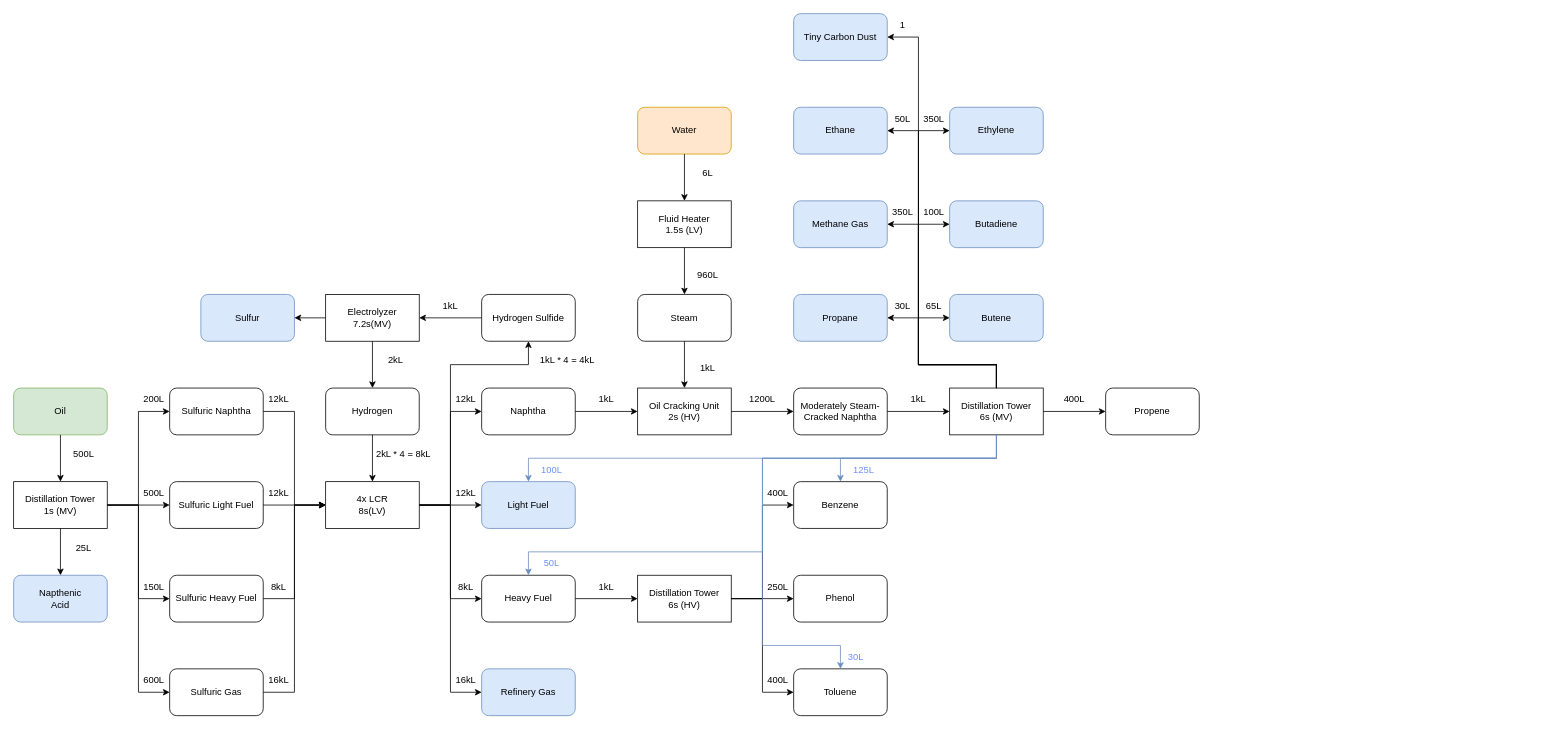
loldapeep/gtnhcharts keeps this draw.io diagram as epoxid.drawio. Above is the earlier version. Source tidied: cells renumbered, new cells numbered last; positions are measured from the earlier drawing's top-left corner, leaving out a move shared by most shapes. Both pictures are drawn from the tidied source at 78%, with x=0, y=0 at pixel (13, 13).
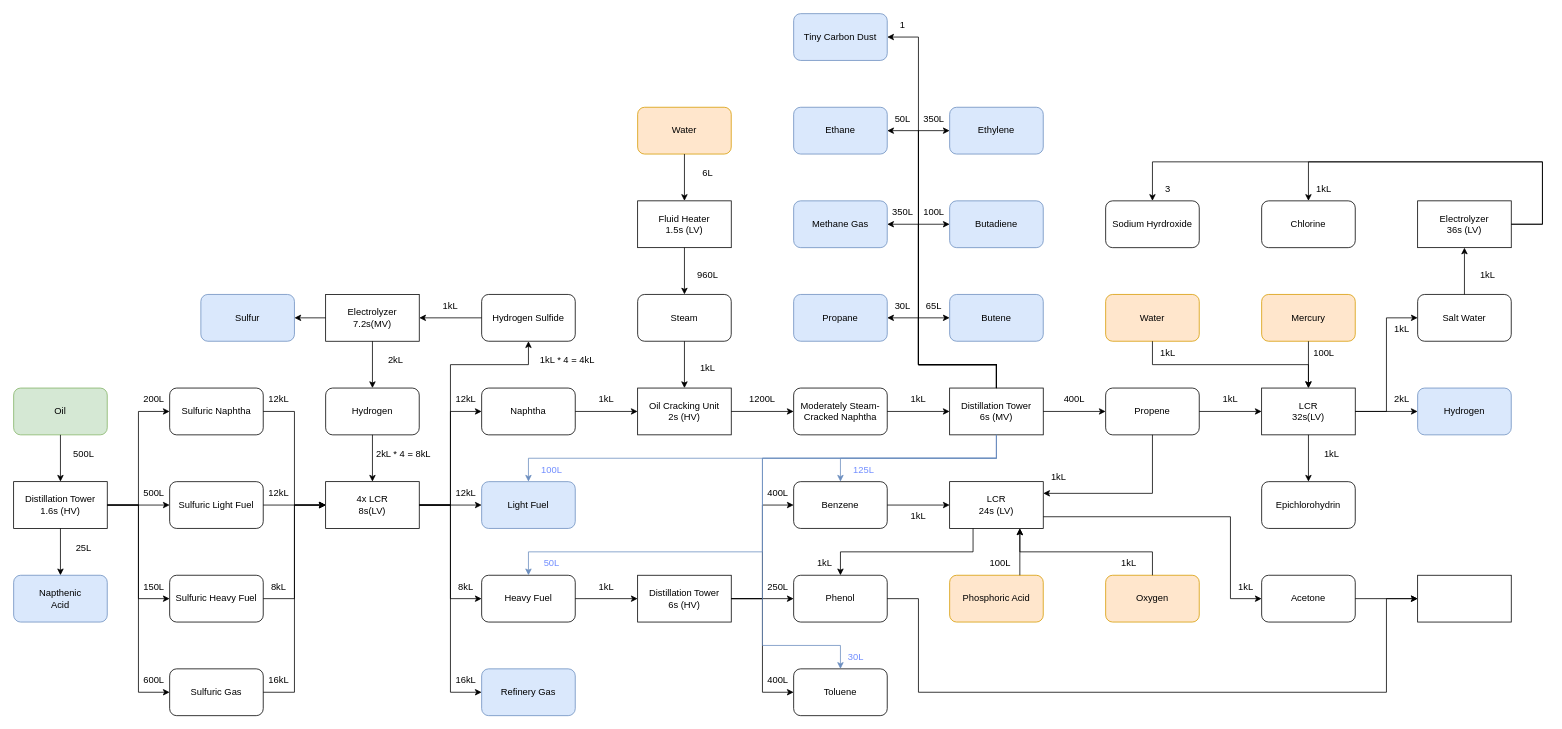
The same page after the edit.

The change refers to these unchanged cells:
```xml
<mxCell id="78" value="Benzene" style="rounded=1;whiteSpace=wrap;html=1;" parent="1" vertex="1">
  <mxGeometry x="1000" y="600" width="120" height="60" as="geometry" />
</mxCell>
<mxCell id="80" value="Phenol" style="rounded=1;whiteSpace=wrap;html=1;" parent="1" vertex="1">
  <mxGeometry x="1000" y="720" width="120" height="60" as="geometry" />
</mxCell>
<mxCell id="91" value="Propene" style="rounded=1;whiteSpace=wrap;html=1;" parent="1" vertex="1">
  <mxGeometry x="1400" y="480" width="120" height="60" as="geometry" />
</mxCell>
```

What changed in the source:
```diff
@@
-    <mxCell id="5" value="Distillation Tower&lt;br&gt;1s (MV)" style="rounded=0;whiteSpace=wrap;html=1;" parent="1" vertex="1">
+    <mxCell id="5" value="Distillation Tower&lt;br&gt;1.6s (HV)" style="rounded=0;whiteSpace=wrap;html=1;" parent="1" vertex="1">
       <mxGeometry y="600" width="120" height="60" as="geometry" />
     </mxCell>
@@
+    <mxCell id="119" value="Water" style="rounded=1;whiteSpace=wrap;html=1;fillColor=#ffe6cc;strokeColor=#d79b00;" parent="1" vertex="1">
+      <mxGeometry x="1400" y="360" width="120" height="60" as="geometry" />
+    </mxCell>
+    <mxCell id="120" value="Mercury" style="rounded=1;whiteSpace=wrap;html=1;fillColor=#ffe6cc;strokeColor=#d79b00;" parent="1" vertex="1">
+      <mxGeometry x="1600" y="360" width="120" height="60" as="geometry" />
+    </mxCell>
+    <mxCell id="121" style="endArrow=classic;html=1;rounded=0;exitX=0.5;exitY=1;exitDx=0;exitDy=0;" parent="1" edge="1" source="119">
+      <mxGeometry relative="1" as="geometry">
+        <mxPoint x="1660" y="480" as="targetPoint" />
+        <Array as="points">
+          <mxPoint x="1460" y="450" />
+          <mxPoint x="1660" y="450" />
+        </Array>
+      </mxGeometry>
+    </mxCell>
+    <mxCell id="122" style="endArrow=classic;html=1;rounded=0;exitX=0.5;exitY=1;exitDx=0;exitDy=0;" parent="1" edge="1" source="120">
+      <mxGeometry relative="1" as="geometry">
+        <mxPoint x="1660" y="480" as="targetPoint" />
+      </mxGeometry>
+    </mxCell>
+    <mxCell id="123" style="endArrow=classic;html=1;rounded=0;exitX=1;exitY=0.5;exitDx=0;exitDy=0;" parent="1" edge="1" source="91">
+      <mxGeometry relative="1" as="geometry">
+        <mxPoint x="1600" y="510" as="targetPoint" />
+      </mxGeometry>
+    </mxCell>
+    <mxCell id="124" value="LCR&lt;br&gt;32s(LV)" style="rounded=0;whiteSpace=wrap;html=1;" parent="1" vertex="1">
+      <mxGeometry x="1600" y="480" width="120" height="60" as="geometry" />
+    </mxCell>
+    <mxCell id="125" value="Epichlorohydrin" style="rounded=1;whiteSpace=wrap;html=1;" parent="1" vertex="1">
+      <mxGeometry x="1600" y="600" width="120" height="60" as="geometry" />
+    </mxCell>
+    <mxCell id="126" style="endArrow=classic;html=1;rounded=0;exitX=0.5;exitY=1;exitDx=0;exitDy=0;entryX=0.5;entryY=0;entryDx=0;entryDy=0;" parent="1" edge="1" source="124" target="125">
+      <mxGeometry relative="1" as="geometry" />
+    </mxCell>
+    <mxCell id="127" value="Salt Water" style="rounded=1;whiteSpace=wrap;html=1;" parent="1" vertex="1">
+      <mxGeometry x="1800" y="360" width="120" height="60" as="geometry" />
+    </mxCell>
+    <mxCell id="128" value="1kL" style="text;html=1;strokeColor=none;fillColor=none;align=center;verticalAlign=middle;whiteSpace=wrap;rounded=0;" parent="1" vertex="1">
+      <mxGeometry x="1450" y="420" width="60" height="30" as="geometry" />
+    </mxCell>
+    <mxCell id="129" value="100L" style="text;html=1;strokeColor=none;fillColor=none;align=center;verticalAlign=middle;whiteSpace=wrap;rounded=0;" parent="1" vertex="1">
+      <mxGeometry x="1650" y="420" width="60" height="30" as="geometry" />
+    </mxCell>
+    <mxCell id="130" value="Chlorine" style="rounded=1;whiteSpace=wrap;html=1;" parent="1" vertex="1">
+      <mxGeometry x="1600" y="240" width="120" height="60" as="geometry" />
+    </mxCell>
+    <mxCell id="131" value="Sodium Hyrdroxide" style="rounded=1;whiteSpace=wrap;html=1;" parent="1" vertex="1">
+      <mxGeometry x="1400" y="240" width="120" height="60" as="geometry" />
+    </mxCell>
+    <mxCell id="132" value="Electrolyzer&lt;br&gt;36s (LV)&lt;br&gt;" style="rounded=0;whiteSpace=wrap;html=1;" parent="1" vertex="1">
+      <mxGeometry x="1800" y="240" width="120" height="60" as="geometry" />
+    </mxCell>
+    <mxCell id="133" value="1kL" style="text;html=1;strokeColor=none;fillColor=none;align=center;verticalAlign=middle;whiteSpace=wrap;rounded=0;" parent="1" vertex="1">
+      <mxGeometry x="1530" y="480" width="60" height="30" as="geometry" />
+    </mxCell>
+    <mxCell id="134" style="endArrow=classic;html=1;rounded=0;exitX=0.5;exitY=0;exitDx=0;exitDy=0;" parent="1" edge="1" source="127" target="132">
+      <mxGeometry relative="1" as="geometry" />
+    </mxCell>
+    <mxCell id="135" style="endArrow=classic;html=1;rounded=0;exitX=1;exitY=0.5;exitDx=0;exitDy=0;entryX=0;entryY=0.5;entryDx=0;entryDy=0;" parent="1" edge="1" source="124" target="127">
+      <mxGeometry relative="1" as="geometry">
+        <Array as="points">
+          <mxPoint x="1760" y="510" />
+          <mxPoint x="1760" y="390" />
+        </Array>
+      </mxGeometry>
+    </mxCell>
+    <mxCell id="136" value="1kL" style="text;html=1;strokeColor=none;fillColor=none;align=center;verticalAlign=middle;whiteSpace=wrap;rounded=0;" parent="1" vertex="1">
+      <mxGeometry x="1660" y="550" width="60" height="30" as="geometry" />
+    </mxCell>
+    <mxCell id="137" value="1kL" style="text;html=1;strokeColor=none;fillColor=none;align=center;verticalAlign=middle;whiteSpace=wrap;rounded=0;" parent="1" vertex="1">
+      <mxGeometry x="1750" y="390" width="60" height="30" as="geometry" />
+    </mxCell>
+    <mxCell id="138" value="Hydrogen" style="rounded=1;whiteSpace=wrap;html=1;fillColor=#dae8fc;strokeColor=#6c8ebf;" parent="1" vertex="1">
+      <mxGeometry x="1800" y="480" width="120" height="60" as="geometry" />
+    </mxCell>
+    <mxCell id="139" style="endArrow=classic;html=1;rounded=0;exitX=1;exitY=0.5;exitDx=0;exitDy=0;" parent="1" edge="1" source="124" target="138">
+      <mxGeometry relative="1" as="geometry" />
+    </mxCell>
+    <mxCell id="140" value="2kL" style="text;html=1;strokeColor=none;fillColor=none;align=center;verticalAlign=middle;whiteSpace=wrap;rounded=0;" parent="1" vertex="1">
+      <mxGeometry x="1750" y="480" width="60" height="30" as="geometry" />
+    </mxCell>
+    <mxCell id="141" value="1kL" style="text;html=1;strokeColor=none;fillColor=none;align=center;verticalAlign=middle;whiteSpace=wrap;rounded=0;" parent="1" vertex="1">
+      <mxGeometry x="1860" y="320" width="60" height="30" as="geometry" />
+    </mxCell>
+    <mxCell id="142" style="endArrow=classic;html=1;rounded=0;exitX=1;exitY=0.5;exitDx=0;exitDy=0;entryX=0.5;entryY=0;entryDx=0;entryDy=0;" parent="1" edge="1" source="132" target="130">
+      <mxGeometry relative="1" as="geometry">
+        <Array as="points">
+          <mxPoint x="1960" y="270" />
+          <mxPoint x="1960" y="190" />
+          <mxPoint x="1660" y="190" />
+        </Array>
+      </mxGeometry>
+    </mxCell>
+    <mxCell id="143" style="endArrow=classic;html=1;rounded=0;exitX=1;exitY=0.5;exitDx=0;exitDy=0;entryX=0.5;entryY=0;entryDx=0;entryDy=0;" parent="1" edge="1" source="132" target="131">
+      <mxGeometry relative="1" as="geometry">
+        <Array as="points">
+          <mxPoint x="1960" y="270" />
+          <mxPoint x="1960" y="190" />
+          <mxPoint x="1460" y="190" />
+        </Array>
+      </mxGeometry>
+    </mxCell>
+    <mxCell id="144" value="3" style="text;html=1;strokeColor=none;fillColor=none;align=center;verticalAlign=middle;whiteSpace=wrap;rounded=0;" parent="1" vertex="1">
+      <mxGeometry x="1450" y="210" width="60" height="30" as="geometry" />
+    </mxCell>
+    <mxCell id="145" value="1kL" style="text;html=1;strokeColor=none;fillColor=none;align=center;verticalAlign=middle;whiteSpace=wrap;rounded=0;" parent="1" vertex="1">
+      <mxGeometry x="1650" y="210" width="60" height="30" as="geometry" />
+    </mxCell>
+    <mxCell id="146" value="Phosphoric Acid" style="rounded=1;whiteSpace=wrap;html=1;fillColor=#ffe6cc;strokeColor=#d79b00;" parent="1" vertex="1">
+      <mxGeometry x="1200" y="720" width="120" height="60" as="geometry" />
+    </mxCell>
+    <mxCell id="147" value="Oxygen" style="rounded=1;whiteSpace=wrap;html=1;fillColor=#ffe6cc;strokeColor=#d79b00;" parent="1" vertex="1">
+      <mxGeometry x="1400" y="720" width="120" height="60" as="geometry" />
+    </mxCell>
+    <mxCell id="148" value="LCR&lt;br&gt;24s (LV)" style="rounded=0;whiteSpace=wrap;html=1;" parent="1" vertex="1">
+      <mxGeometry x="1200" y="600" width="120" height="60" as="geometry" />
+    </mxCell>
+    <mxCell id="149" style="endArrow=classic;html=1;rounded=0;exitX=0.75;exitY=0;exitDx=0;exitDy=0;entryX=0.75;entryY=1;entryDx=0;entryDy=0;" parent="1" edge="1" source="146" target="148">
+      <mxGeometry relative="1" as="geometry" />
+    </mxCell>
+    <mxCell id="150" style="endArrow=classic;html=1;rounded=0;exitX=0.5;exitY=0;exitDx=0;exitDy=0;" parent="1" edge="1" source="147">
+      <mxGeometry relative="1" as="geometry">
+        <mxPoint x="1290" y="660" as="targetPoint" />
+        <Array as="points">
+          <mxPoint x="1460" y="690" />
+          <mxPoint x="1290" y="690" />
+        </Array>
+      </mxGeometry>
+    </mxCell>
+    <mxCell id="151" style="endArrow=classic;html=1;rounded=0;exitX=0.5;exitY=1;exitDx=0;exitDy=0;entryX=1;entryY=0.25;entryDx=0;entryDy=0;" parent="1" edge="1" source="91" target="148">
+      <mxGeometry relative="1" as="geometry">
+        <Array as="points">
+          <mxPoint x="1460" y="615" />
+        </Array>
+      </mxGeometry>
+    </mxCell>
+    <mxCell id="152" value="100L" style="text;html=1;strokeColor=none;fillColor=none;align=center;verticalAlign=middle;whiteSpace=wrap;rounded=0;" parent="1" vertex="1">
+      <mxGeometry x="1235" y="690" width="60" height="30" as="geometry" />
+    </mxCell>
+    <mxCell id="153" value="1kL" style="text;html=1;strokeColor=none;fillColor=none;align=center;verticalAlign=middle;whiteSpace=wrap;rounded=0;" parent="1" vertex="1">
+      <mxGeometry x="1400" y="690" width="60" height="30" as="geometry" />
+    </mxCell>
+    <mxCell id="154" value="1kL" style="text;html=1;strokeColor=none;fillColor=none;align=center;verticalAlign=middle;whiteSpace=wrap;rounded=0;" parent="1" vertex="1">
+      <mxGeometry x="1310" y="580" width="60" height="30" as="geometry" />
+    </mxCell>
+    <mxCell id="155" value="1kL" style="text;html=1;strokeColor=none;fillColor=none;align=center;verticalAlign=middle;whiteSpace=wrap;rounded=0;" parent="1" vertex="1">
+      <mxGeometry x="1130" y="630" width="60" height="30" as="geometry" />
+    </mxCell>
+    <mxCell id="156" style="endArrow=classic;html=1;rounded=0;exitX=1;exitY=0.5;exitDx=0;exitDy=0;entryX=0;entryY=0.5;entryDx=0;entryDy=0;" parent="1" edge="1" source="78" target="148">
+      <mxGeometry relative="1" as="geometry" />
+    </mxCell>
+    <mxCell id="157" style="endArrow=classic;html=1;rounded=0;exitX=0.25;exitY=1;exitDx=0;exitDy=0;entryX=0.5;entryY=0;entryDx=0;entryDy=0;" parent="1" edge="1" source="148" target="80">
+      <mxGeometry relative="1" as="geometry">
+        <Array as="points">
+          <mxPoint x="1230" y="690" />
+          <mxPoint x="1060" y="690" />
+        </Array>
+      </mxGeometry>
+    </mxCell>
+    <mxCell id="158" value="1kL" style="text;html=1;strokeColor=none;fillColor=none;align=center;verticalAlign=middle;whiteSpace=wrap;rounded=0;" parent="1" vertex="1">
+      <mxGeometry x="1010" y="690" width="60" height="30" as="geometry" />
+    </mxCell>
+    <mxCell id="159" value="Acetone" style="rounded=1;whiteSpace=wrap;html=1;" parent="1" vertex="1">
+      <mxGeometry x="1600" y="720" width="120" height="60" as="geometry" />
+    </mxCell>
+    <mxCell id="160" style="endArrow=classic;html=1;rounded=0;exitX=1;exitY=0.75;exitDx=0;exitDy=0;entryX=0;entryY=0.5;entryDx=0;entryDy=0;" parent="1" edge="1" source="148" target="159">
+      <mxGeometry relative="1" as="geometry">
+        <Array as="points">
+          <mxPoint x="1560" y="645" />
+          <mxPoint x="1560" y="750" />
+        </Array>
+      </mxGeometry>
+    </mxCell>
+    <mxCell id="161" value="1kL" style="text;html=1;strokeColor=none;fillColor=none;align=center;verticalAlign=middle;whiteSpace=wrap;rounded=0;" parent="1" vertex="1">
+      <mxGeometry x="1550" y="720" width="60" height="30" as="geometry" />
+    </mxCell>
+    <mxCell id="162" style="endArrow=classic;html=1;rounded=0;exitX=1;exitY=0.5;exitDx=0;exitDy=0;" parent="1" edge="1" source="80">
+      <mxGeometry relative="1" as="geometry">
+        <mxPoint x="1800" y="750" as="targetPoint" />
+        <Array as="points">
+          <mxPoint x="1160" y="750" />
+          <mxPoint x="1160" y="870" />
+          <mxPoint x="1760" y="870" />
+          <mxPoint x="1760" y="750" />
+        </Array>
+      </mxGeometry>
+    </mxCell>
+    <mxCell id="163" style="rounded=0;whiteSpace=wrap;html=1;" parent="1" vertex="1">
+      <mxGeometry x="1800" y="720" width="120" height="60" as="geometry" />
+    </mxCell>
+    <mxCell id="164" style="endArrow=classic;html=1;rounded=0;exitX=1;exitY=0.5;exitDx=0;exitDy=0;entryX=0;entryY=0.5;entryDx=0;entryDy=0;" parent="1" edge="1" source="159" target="163">
+      <mxGeometry relative="1" as="geometry" />
+    </mxCell>
```
